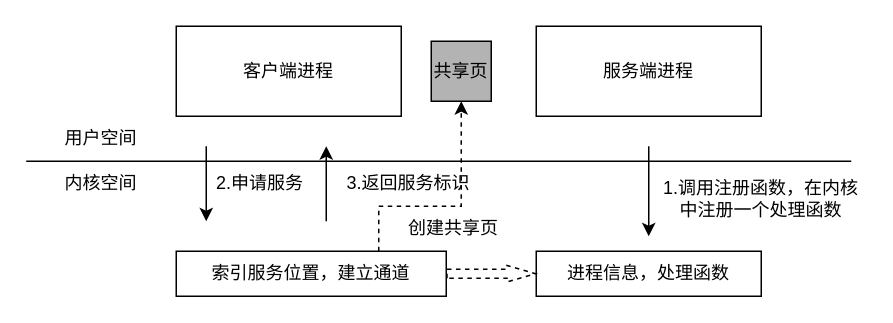
The draw.io diagram vfs/ipc_register.drawio in ReimuYk/drawio_master_graduate_paper, before the edit. Source tidied: cells renumbered, new cells numbered last; positions are measured from the earlier drawing's top-left corner, leaving out a move shared by most shapes. Both pictures are drawn from the tidied source at 150%, with x=0, y=0 at pixel (26, 26).
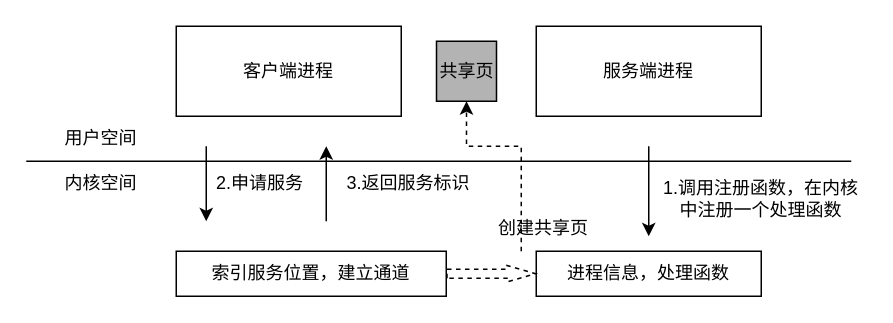
Above is the later version.

The change refers to these unchanged cells:
```xml
<mxCell id="17" value="索引服务位置，建立通道" style="rounded=0;whiteSpace=wrap;html=1;fillColor=#FFFFFF;" parent="1" vertex="1">
  <mxGeometry x="100" y="150" width="180" height="30" as="geometry" />
</mxCell>
```

What changed in the source:
```diff
@@
     <mxCell id="6" value="共享页" style="whiteSpace=wrap;html=1;fillColor=#B3B3B3;" parent="1" vertex="1">
-      <mxGeometry x="270" y="10" width="40" height="40" as="geometry" />
+      <mxGeometry x="273.5" y="10" width="40" height="40" as="geometry" />
     </mxCell>
@@
-    <mxCell id="15" style="edgeStyle=orthogonalEdgeStyle;rounded=0;jettySize=auto;html=1;exitX=0.75;exitY=0;exitDx=0;exitDy=0;entryX=0.5;entryY=1;entryDx=0;entryDy=0;dashed=1;" parent="1" edge="1" source="17" target="6">
+    <mxCell id="15" style="edgeStyle=orthogonalEdgeStyle;rounded=0;jettySize=auto;html=1;entryX=0.5;entryY=1;entryDx=0;entryDy=0;dashed=1;" parent="1" edge="1" target="6">
       <mxGeometry relative="1" as="geometry">
+        <mxPoint x="330" y="150" as="sourcePoint" />
         <Array as="points">
-          <mxPoint x="235" y="120" />
-          <mxPoint x="290" y="120" />
+          <mxPoint x="330" y="80" />
+          <mxPoint x="294" y="80" />
         </Array>
       </mxGeometry>
     </mxCell>
@@
     <mxCell id="18" value="创建共享页" style="text;html=1;strokeColor=none;fillColor=none;align=center;verticalAlign=middle;whiteSpace=wrap;rounded=0;" parent="1" vertex="1">
-      <mxGeometry x="250" y="120" width="70" height="30" as="geometry" />
+      <mxGeometry x="310" y="120" width="70" height="30" as="geometry" />
     </mxCell>
```
